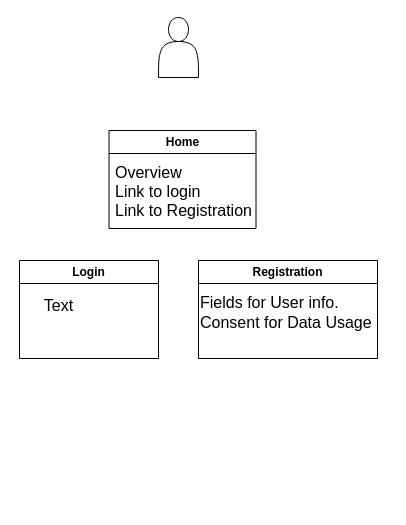
The draw.io diagram Untitled Diagram.drawio in GabeDavisT/Algorithm_Practice, before the edit. Source tidied: cells renumbered, new cells numbered last; positions are measured from the earlier drawing's top-left corner, leaving out a move shared by most shapes. Both pictures are drawn from the tidied source at 100%, with x=0, y=0 at pixel (19, 17).
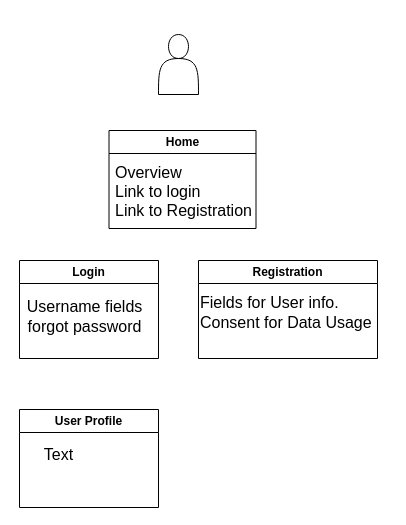
After the change.

Commit message:
InfoArch diagram

Change to the diagram source:
```diff
@@
 <mxGraphModel>
   <root>
     <mxCell id="0" />
     <mxCell id="1" parent="0" />
     <mxCell id="2" style="shape=actor;whiteSpace=wrap;html=1;" parent="1" vertex="1">
-      <mxGeometry x="139" width="40" height="60" as="geometry" />
+      <mxGeometry x="139" y="17" width="40" height="60" as="geometry" />
     </mxCell>
     <mxCell id="3" value="Home" style="swimlane;whiteSpace=wrap;html=1;" parent="1" vertex="1">
       <mxGeometry x="89.5" y="113" width="147" height="98" as="geometry" />
     </mxCell>
     <mxCell id="4" value="Overview&lt;div&gt;Link to login&lt;/div&gt;&lt;div&gt;Link to Registration&lt;/div&gt;" style="text;html=1;align=left;verticalAlign=middle;strokeColor=none;fillColor=none;fontSize=16;" parent="3" vertex="1">
       <mxGeometry x="4.5" y="26" width="155" height="70" as="geometry" />
     </mxCell>
     <mxCell id="5" value="Registration" style="swimlane;whiteSpace=wrap;html=1;" parent="1" vertex="1">
       <mxGeometry x="179" y="243" width="179" height="98" as="geometry" />
     </mxCell>
     <mxCell id="6" value="Fields for User info.&lt;div&gt;Consent for Data Usage&lt;/div&gt;" style="text;html=1;align=left;verticalAlign=middle;strokeColor=none;fillColor=none;fontSize=16;" parent="5" vertex="1">
       <mxGeometry y="27" width="190" height="50" as="geometry" />
     </mxCell>
     <mxCell id="7" value="Login" style="swimlane;whiteSpace=wrap;html=1;" parent="1" vertex="1">
       <mxGeometry y="243" width="139" height="98" as="geometry" />
     </mxCell>
-    <mxCell id="8" value="Text" style="text;html=1;align=center;verticalAlign=middle;strokeColor=none;fillColor=none;fontSize=16;" parent="7" vertex="1">
-      <mxGeometry x="15" y="29" width="47" height="31" as="geometry" />
+    <mxCell id="8" value="Username fields&lt;div&gt;forgot password&lt;/div&gt;" style="text;html=1;align=center;verticalAlign=middle;strokeColor=none;fillColor=none;fontSize=16;" parent="7" vertex="1">
+      <mxGeometry x="-2" y="31" width="134" height="50" as="geometry" />
     </mxCell>
+    <mxCell id="9" value="User Profile" style="swimlane;whiteSpace=wrap;html=1;" parent="1" vertex="1">
+      <mxGeometry y="392" width="139" height="98" as="geometry" />
+    </mxCell>
+    <mxCell id="10" value="Text" style="text;html=1;align=center;verticalAlign=middle;strokeColor=none;fillColor=none;fontSize=16;" parent="9" vertex="1">
+      <mxGeometry x="15" y="29" width="47" height="31" as="geometry" />
+    </mxCell>
   </root>
 </mxGraphModel>
```
